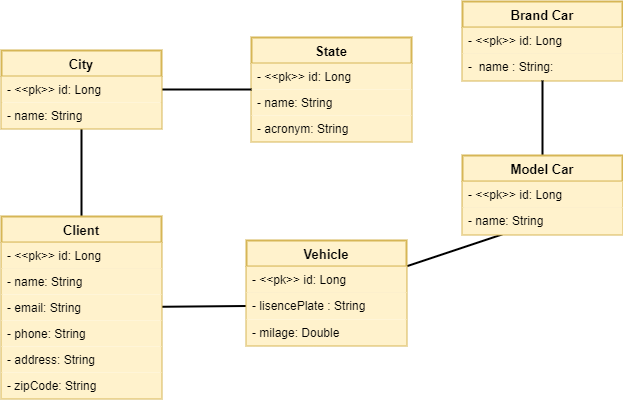
Earlier version of the draw.io export backend/uml.drawio.png (tettam/sistema-oficina-automotiva). Source tidied: cells renumbered, new cells last; positions are measured from the earlier drawing's top-left corner, leaving out a move shared by most shapes.
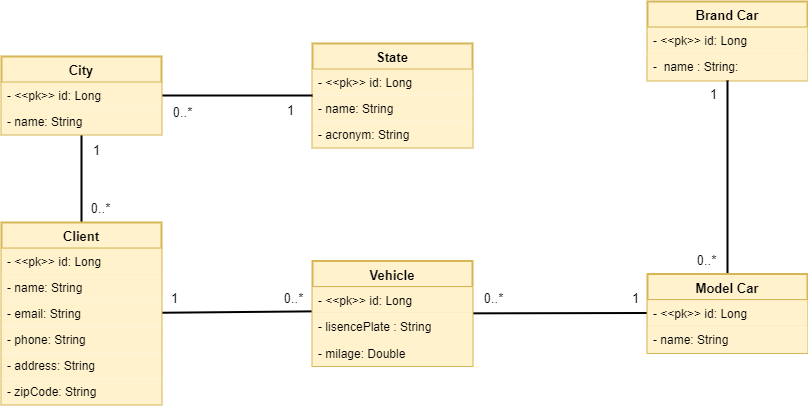
The same file after the commit.

Diff of the diagram source:
```diff
@@ -2,10 +2,10 @@
   <root>
     <mxCell id="0" />
     <mxCell id="1" parent="0" />
-    <mxCell id="2" style="rounded=1;html=1;exitX=0.5;exitY=0;exitDx=0;exitDy=0;entryX=0.5;entryY=1;entryDx=0;entryDy=0;strokeColor=#000000;strokeWidth=2;fontColor=#000000;startArrow=none;startFill=0;endArrow=none;endFill=0;" parent="1" edge="1" source="4" target="16">
+    <mxCell id="2" style="rounded=1;html=1;exitX=0.5;exitY=0;exitDx=0;exitDy=0;entryX=0.5;entryY=1;entryDx=0;entryDy=0;strokeColor=#000000;strokeWidth=2;fontColor=#000000;startArrow=none;startFill=0;endArrow=none;endFill=0;labelBackgroundColor=#FFFFFF;" parent="1" edge="1" source="4" target="16">
       <mxGeometry relative="1" as="geometry" />
     </mxCell>
-    <mxCell id="3" style="edgeStyle=none;rounded=1;html=1;strokeColor=#000000;strokeWidth=2;fontColor=#000000;startArrow=none;startFill=0;endArrow=none;endFill=0;entryX=0;entryY=0.5;entryDx=0;entryDy=0;" parent="1" edge="1" source="4" target="23">
+    <mxCell id="3" style="edgeStyle=none;rounded=1;html=1;strokeColor=#000000;strokeWidth=2;fontColor=#000000;startArrow=none;startFill=0;endArrow=none;endFill=0;entryX=1.082;entryY=0.976;entryDx=0;entryDy=0;entryPerimeter=0;" parent="1" edge="1" source="4" target="36">
       <mxGeometry relative="1" as="geometry" />
     </mxCell>
     <mxCell id="4" value="Client" style="swimlane;fontStyle=1;align=center;verticalAlign=top;horizontal=1;startSize=26;fillColor=#fff2cc;strokeColor=#d6b656;labelBackgroundColor=none;labelBorderColor=none;fontSize=13;fontColor=#000000;strokeWidth=2;perimeterSpacing=0;rounded=0;shadow=0;glass=0;swimlaneLine=1;" parent="1" vertex="1">
@@ -30,7 +30,7 @@
       <mxGeometry y="156" width="160" height="26" as="geometry" />
     </mxCell>
     <mxCell id="11" value="State" style="swimlane;fontStyle=1;align=center;verticalAlign=top;horizontal=1;startSize=26;fillColor=#fff2cc;strokeColor=#d6b656;labelBackgroundColor=none;labelBorderColor=none;fontSize=13;fontColor=#000000;strokeWidth=2;" parent="1" vertex="1">
-      <mxGeometry x="250" y="36" width="160" height="104" as="geometry" />
+      <mxGeometry x="311" y="36" width="160" height="104" as="geometry" />
     </mxCell>
     <mxCell id="12" value="- &lt;&lt;pk&gt;&gt; id: Long" style="text;strokeColor=none;fillColor=#fff2cc;align=left;verticalAlign=top;spacingLeft=4;spacingRight=4;overflow=hidden;labelBackgroundColor=none;labelBorderColor=none;fontColor=#000000;strokeWidth=0;" parent="11" vertex="1">
       <mxGeometry y="26" width="160" height="26" as="geometry" />
@@ -56,11 +56,11 @@
     <mxCell id="19" style="text;strokeColor=none;fillColor=none;align=left;verticalAlign=middle;spacingTop=-1;spacingLeft=4;spacingRight=4;labelPosition=right;fontColor=#000000;" parent="1" vertex="1">
       <mxGeometry x="396" y="365" width="20" height="14" as="geometry" />
     </mxCell>
-    <mxCell id="20" style="edgeStyle=none;rounded=1;html=1;strokeColor=#000000;strokeWidth=2;fontColor=#000000;startArrow=none;startFill=0;endArrow=none;endFill=0;" parent="1" edge="1" source="21" target="31">
+    <mxCell id="20" style="edgeStyle=none;rounded=1;html=1;strokeColor=#000000;strokeWidth=2;fontColor=#000000;startArrow=none;startFill=0;endArrow=none;endFill=0;entryX=0;entryY=0.5;entryDx=0;entryDy=0;" parent="1" edge="1" source="21" target="30">
       <mxGeometry relative="1" as="geometry" />
     </mxCell>
     <mxCell id="21" value="Vehicle" style="swimlane;fontStyle=1;align=center;verticalAlign=top;horizontal=1;startSize=26;fillColor=#fff2cc;strokeColor=#d6b656;labelBackgroundColor=none;labelBorderColor=none;fontSize=13;fontColor=#000000;strokeWidth=2;perimeterSpacing=0;rounded=0;shadow=0;glass=0;swimlaneLine=1;" parent="1" vertex="1">
-      <mxGeometry x="245" y="239" width="160" height="105" as="geometry" />
+      <mxGeometry x="311" y="253.5" width="160" height="105" as="geometry" />
     </mxCell>
     <mxCell id="22" value="- &lt;&lt;pk&gt;&gt; id: Long&#10;" style="text;strokeColor=#d6b656;fillColor=#fff2cc;align=left;verticalAlign=top;spacingLeft=4;spacingRight=4;overflow=hidden;labelBackgroundColor=none;labelBorderColor=none;fontColor=#000000;strokeWidth=0;" parent="21" vertex="1">
       <mxGeometry y="26" width="160" height="26" as="geometry" />
@@ -72,7 +72,7 @@
       <mxGeometry y="79" width="160" height="26" as="geometry" />
     </mxCell>
     <mxCell id="25" value="Brand Car" style="swimlane;fontStyle=1;align=center;verticalAlign=top;horizontal=1;startSize=26;fillColor=#fff2cc;strokeColor=#d6b656;labelBackgroundColor=none;labelBorderColor=none;fontSize=13;fontColor=#000000;strokeWidth=2;perimeterSpacing=0;rounded=0;shadow=0;glass=0;swimlaneLine=1;" parent="1" vertex="1">
-      <mxGeometry x="461" width="160" height="79" as="geometry" />
+      <mxGeometry x="646" y="-6" width="160" height="79" as="geometry" />
     </mxCell>
     <mxCell id="26" value="- &lt;&lt;pk&gt;&gt; id: Long&#10;" style="text;strokeColor=#d6b656;fillColor=#fff2cc;align=left;verticalAlign=top;spacingLeft=4;spacingRight=4;overflow=hidden;labelBackgroundColor=none;labelBorderColor=none;fontColor=#000000;strokeWidth=0;" parent="25" vertex="1">
       <mxGeometry y="26" width="160" height="26" as="geometry" />
@@ -84,7 +84,7 @@
       <mxGeometry relative="1" as="geometry" />
     </mxCell>
     <mxCell id="29" value="Model Car" style="swimlane;fontStyle=1;align=center;verticalAlign=top;horizontal=1;startSize=26;fillColor=#fff2cc;strokeColor=#d6b656;labelBackgroundColor=none;labelBorderColor=none;fontSize=13;fontColor=#000000;strokeWidth=2;perimeterSpacing=0;rounded=0;shadow=0;glass=0;swimlaneLine=1;" parent="1" vertex="1">
-      <mxGeometry x="461" y="154" width="160" height="79" as="geometry" />
+      <mxGeometry x="646" y="266.5" width="160" height="79" as="geometry" />
     </mxCell>
     <mxCell id="30" value="- &lt;&lt;pk&gt;&gt; id: Long&#10;" style="text;strokeColor=#d6b656;fillColor=#fff2cc;align=left;verticalAlign=top;spacingLeft=4;spacingRight=4;overflow=hidden;points=[[0,0.5],[1,0.5]];portConstraint=eastwest;labelBackgroundColor=none;labelBorderColor=none;fontColor=#000000;strokeWidth=0;" parent="29" vertex="1">
       <mxGeometry y="26" width="160" height="26" as="geometry" />
@@ -92,5 +92,35 @@
     <mxCell id="31" value="- name: String" style="text;strokeColor=none;fillColor=#fff2cc;align=left;verticalAlign=top;spacingLeft=4;spacingRight=4;overflow=hidden;points=[[0,0.5],[1,0.5]];portConstraint=eastwest;labelBackgroundColor=none;labelBorderColor=none;fontColor=#000000;strokeWidth=0;" parent="29" vertex="1">
       <mxGeometry y="52" width="160" height="27" as="geometry" />
     </mxCell>
+    <mxCell id="32" value="1" style="text;html=1;align=center;verticalAlign=middle;strokeColor=none;fillColor=none;fontSize=13;fontColor=#000000;" parent="1" vertex="1">
+      <mxGeometry x="82" y="129" width="25" height="28" as="geometry" />
+    </mxCell>
+    <mxCell id="33" value="0..*" style="text;html=1;align=center;verticalAlign=middle;strokeColor=none;fillColor=none;fontSize=13;fontColor=#000000;" parent="1" vertex="1">
+      <mxGeometry x="80" y="187" width="38" height="28" as="geometry" />
+    </mxCell>
+    <mxCell id="34" value="0..*" style="text;html=1;align=center;verticalAlign=middle;strokeColor=none;fillColor=none;fontSize=13;fontColor=#000000;" parent="1" vertex="1">
+      <mxGeometry x="162" y="91" width="38" height="28" as="geometry" />
+    </mxCell>
+    <mxCell id="35" value="1" style="text;html=1;align=center;verticalAlign=middle;strokeColor=none;fillColor=none;fontSize=13;fontColor=#000000;" parent="1" vertex="1">
+      <mxGeometry x="276" y="89" width="25" height="28" as="geometry" />
+    </mxCell>
+    <mxCell id="36" value="0..*" style="text;html=1;align=center;verticalAlign=middle;points=[];strokeColor=none;fillColor=none;fontSize=13;fontColor=#000000;" parent="1" vertex="1">
+      <mxGeometry x="273" y="276.5" width="38" height="28" as="geometry" />
+    </mxCell>
+    <mxCell id="37" value="1" style="text;html=1;align=center;verticalAlign=middle;strokeColor=none;fillColor=none;fontSize=13;fontColor=#000000;" parent="1" vertex="1">
+      <mxGeometry x="160" y="276.5" width="25" height="28" as="geometry" />
+    </mxCell>
+    <mxCell id="38" value="0..*" style="text;html=1;align=center;verticalAlign=middle;strokeColor=none;fillColor=none;fontSize=13;fontColor=#000000;" parent="1" vertex="1">
+      <mxGeometry x="473" y="276.5" width="38" height="28" as="geometry" />
+    </mxCell>
+    <mxCell id="39" value="1" style="text;html=1;align=center;verticalAlign=middle;strokeColor=none;fillColor=none;fontSize=13;fontColor=#000000;" parent="1" vertex="1">
+      <mxGeometry x="621" y="276.5" width="25" height="28" as="geometry" />
+    </mxCell>
+    <mxCell id="40" value="0..*" style="text;html=1;align=center;verticalAlign=middle;strokeColor=none;fillColor=none;fontSize=13;fontColor=#000000;labelBackgroundColor=#FFFFFF;" parent="1" vertex="1">
+      <mxGeometry x="686" y="238.5" width="38" height="28" as="geometry" />
+    </mxCell>
+    <mxCell id="41" value="1" style="text;html=1;align=center;verticalAlign=middle;strokeColor=none;fillColor=none;fontSize=13;fontColor=#000000;" parent="1" vertex="1">
+      <mxGeometry x="699" y="73" width="25" height="28" as="geometry" />
+    </mxCell>
   </root>
 </mxGraphModel>
```
